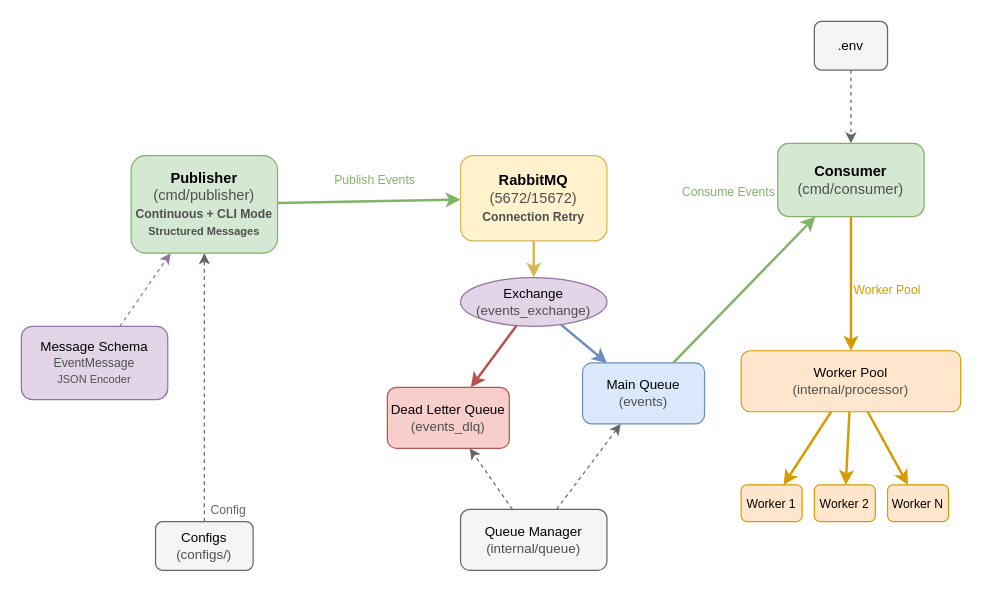
Before: docs/architecture.drawio in lorenaziviani/go_hopper, a draw.io diagram. Source tidied: cells renumbered, new cells numbered last; positions are measured from the earlier drawing's top-left corner, leaving out a move shared by most shapes. Both pictures are drawn from the tidied source at 122%, with x=0, y=0 at pixel (21, 21).
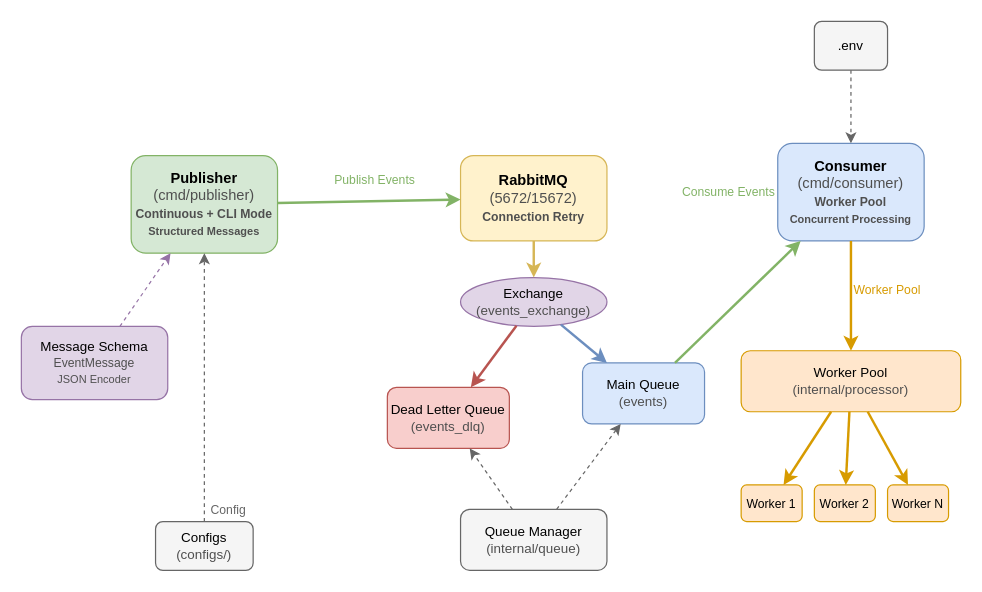
Above is the later version.

Commit message (it also covers changes not shown here):
feat(consumer): implement consumer with worker pool

Change to the diagram source:
```diff
@@
-    <mxCell id="7" value="Consumer&lt;br&gt;&lt;span style=&quot;font-weight: normal;&quot;&gt;&lt;font style=&quot;color: rgb(79, 79, 79);&quot;&gt;(cmd/consumer)&lt;/font&gt;&lt;/span&gt;" style="rounded=1;whiteSpace=wrap;html=1;fillColor=#d5e8d4;strokeColor=#82b366;fontSize=12;fontStyle=1;" parent="1" vertex="1">
-      <mxGeometry x="620" y="100" width="120" height="60" as="geometry" />
+    <mxCell id="7" value="Consumer&lt;br&gt;&lt;span style=&quot;font-weight: normal;&quot;&gt;&lt;font style=&quot;color: rgb(79, 79, 79);&quot;&gt;(cmd/consumer)&lt;/font&gt;&lt;/span&gt;&lt;br&gt;&lt;font style=&quot;color: rgb(79, 79, 79); font-size: 10px;&quot;&gt;Worker Pool&lt;/font&gt;&lt;br&gt;&lt;font style=&quot;color: rgb(79, 79, 79); font-size: 9px;&quot;&gt;Concurrent Processing&lt;/font&gt;" style="rounded=1;whiteSpace=wrap;html=1;fillColor=#dae8fc;strokeColor=#6c8ebf;fontSize=12;fontStyle=1;" parent="1" vertex="1">
+      <mxGeometry x="620" y="100" width="120" height="80" as="geometry" />
     </mxCell>
```
